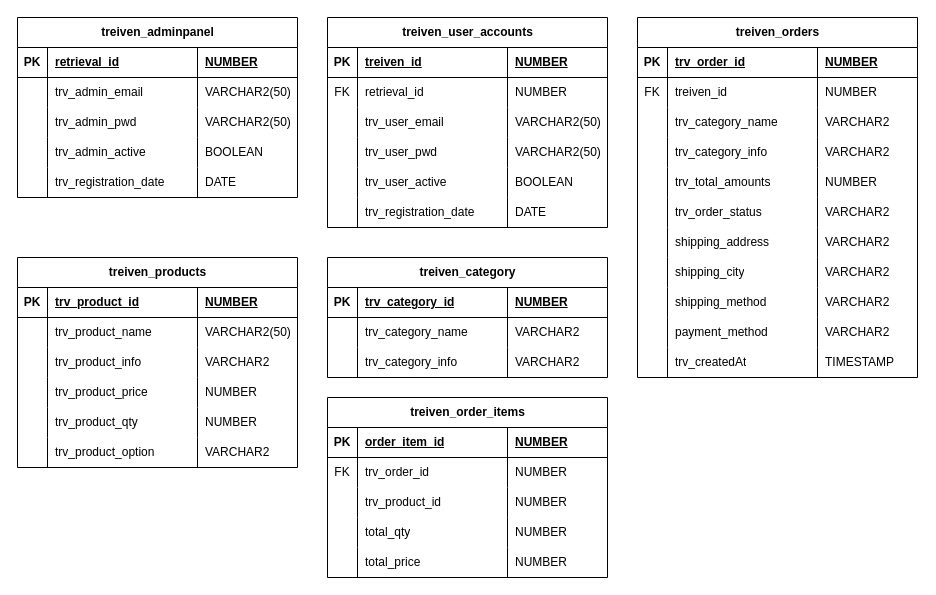
Earlier version of the draw.io diagram public/treiven.drawio (lash0000/im101). Source tidied: cells renumbered, new cells numbered last; positions are measured from the earlier drawing's top-left corner, leaving out a move shared by most shapes. Both pictures are drawn from the tidied source at 100%, with x=0, y=0 at pixel (17, 17).
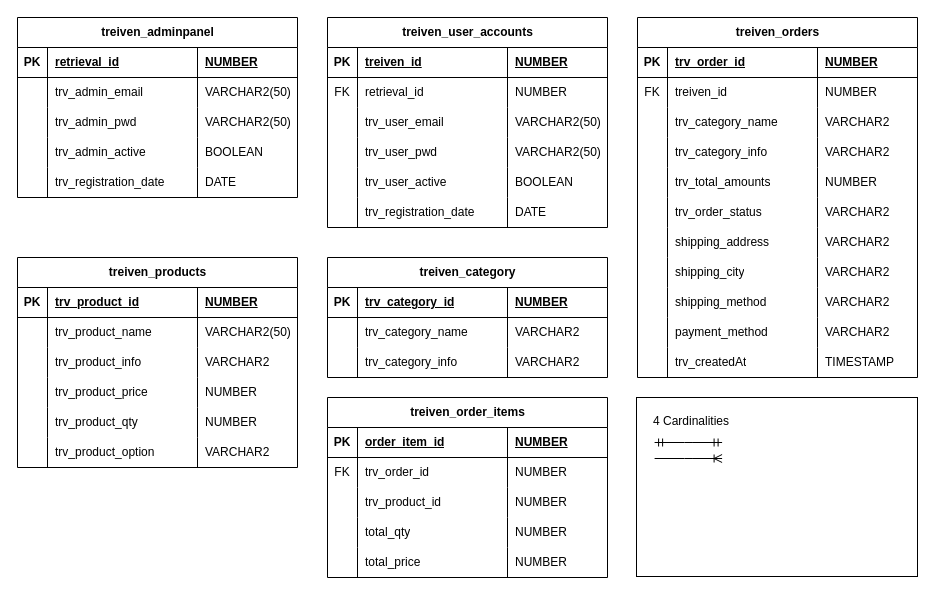
After the change.

Commit message:
provide things

Change to the diagram source:
```diff
@@
+    <mxCell id="152" style="group;" parent="1" vertex="1">
+      <mxGeometry x="619" y="380" width="282" height="179" as="geometry" />
+    </mxCell>
+    <mxCell id="153" style="rounded=0;whiteSpace=wrap;html=1;" parent="152" vertex="1">
+      <mxGeometry width="281" height="179" as="geometry" />
+    </mxCell>
+    <mxCell id="154" value="4 Cardinalities" style="text;html=1;align=center;verticalAlign=middle;whiteSpace=wrap;rounded=0;" parent="152" vertex="1">
+      <mxGeometry x="12.1" y="13" width="85.6" height="22" as="geometry" />
+    </mxCell>
+    <mxCell id="155" style="edgeStyle=entityRelationEdgeStyle;fontSize=12;html=1;endArrow=ERmandOne;startArrow=ERmandOne;rounded=0;" parent="152" edge="1">
+      <mxGeometry relative="1" as="geometry">
+        <mxPoint x="18.1" y="45" as="sourcePoint" />
+        <mxPoint x="85.6" y="45" as="targetPoint" />
+      </mxGeometry>
+    </mxCell>
+    <mxCell id="156" style="edgeStyle=entityRelationEdgeStyle;fontSize=12;html=1;endArrow=ERoneToMany;rounded=0;" parent="152" edge="1">
+      <mxGeometry relative="1" as="geometry">
+        <mxPoint x="18.1" y="61" as="sourcePoint" />
+        <mxPoint x="85.6" y="61" as="targetPoint" />
+      </mxGeometry>
+    </mxCell>
```
